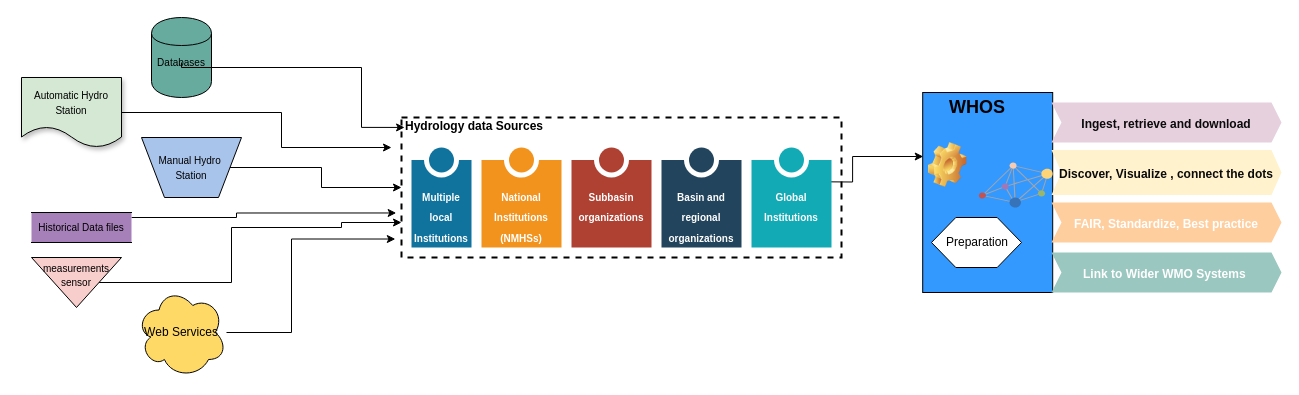
wmo-im/tt-w4h keeps this draw.io diagram as page "WHOS data sources" (3 of 9) of whos-architecture/WHOS New.drawio. Above is the earlier version. Source tidied: cells renumbered, new cells numbered last; positions are measured from the earlier drawing's top-left corner, leaving out a move shared by most shapes. Both pictures are drawn from the tidied source at 100%, with x=0, y=0 at pixel (21, 17).
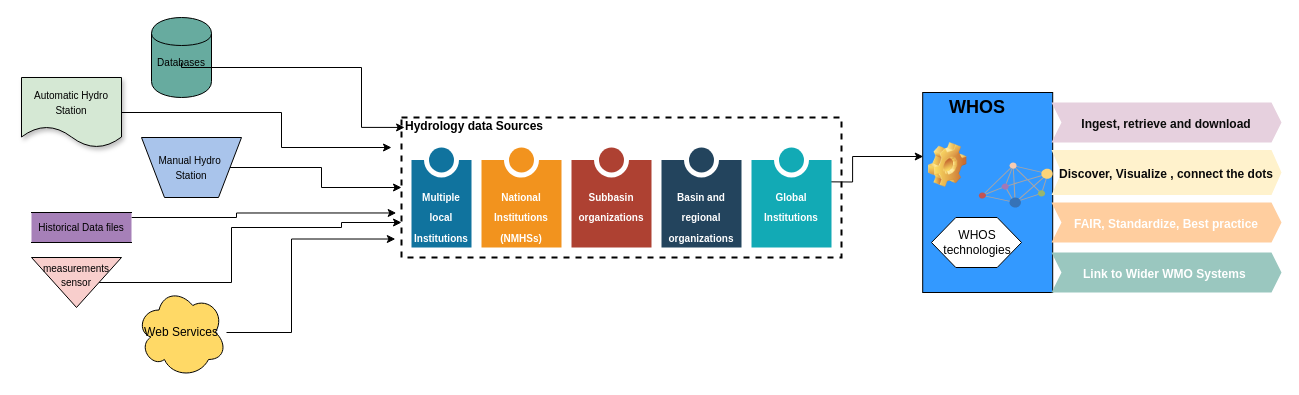
The same diagram, later.

The edit, as a diff of the source:
```diff
@@
-    <mxCell id="31" value="Preparation" style="text;html=1;whiteSpace=wrap;strokeColor=none;fillColor=none;align=center;verticalAlign=middle;rounded=0;" parent="1" vertex="1">
+    <mxCell id="31" value="WHOS technologies" style="text;html=1;whiteSpace=wrap;strokeColor=none;fillColor=none;align=center;verticalAlign=middle;rounded=0;" parent="1" vertex="1">
       <mxGeometry x="926.2" y="210" width="60" height="30" as="geometry" />
     </mxCell>
```
